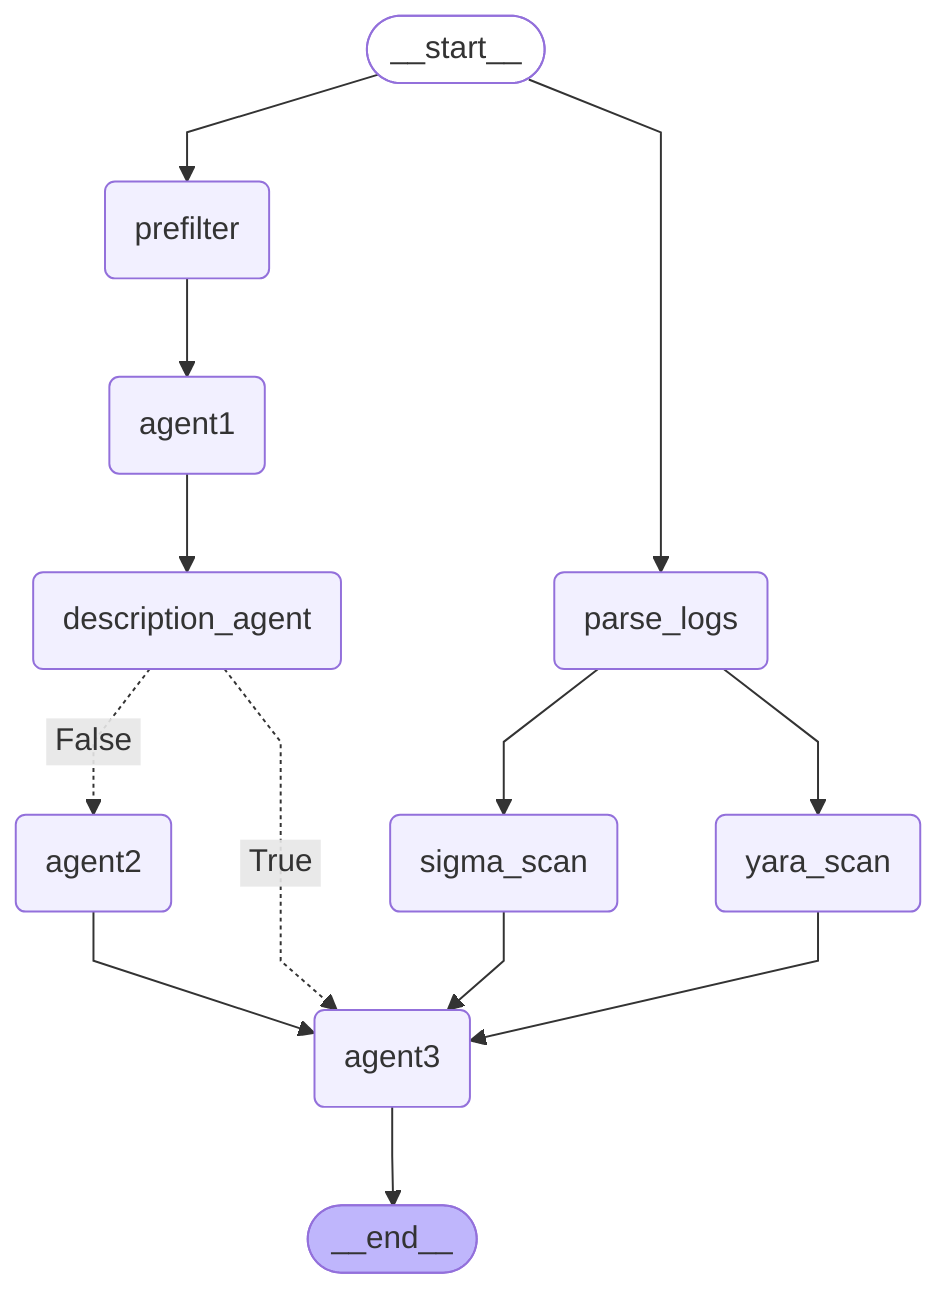
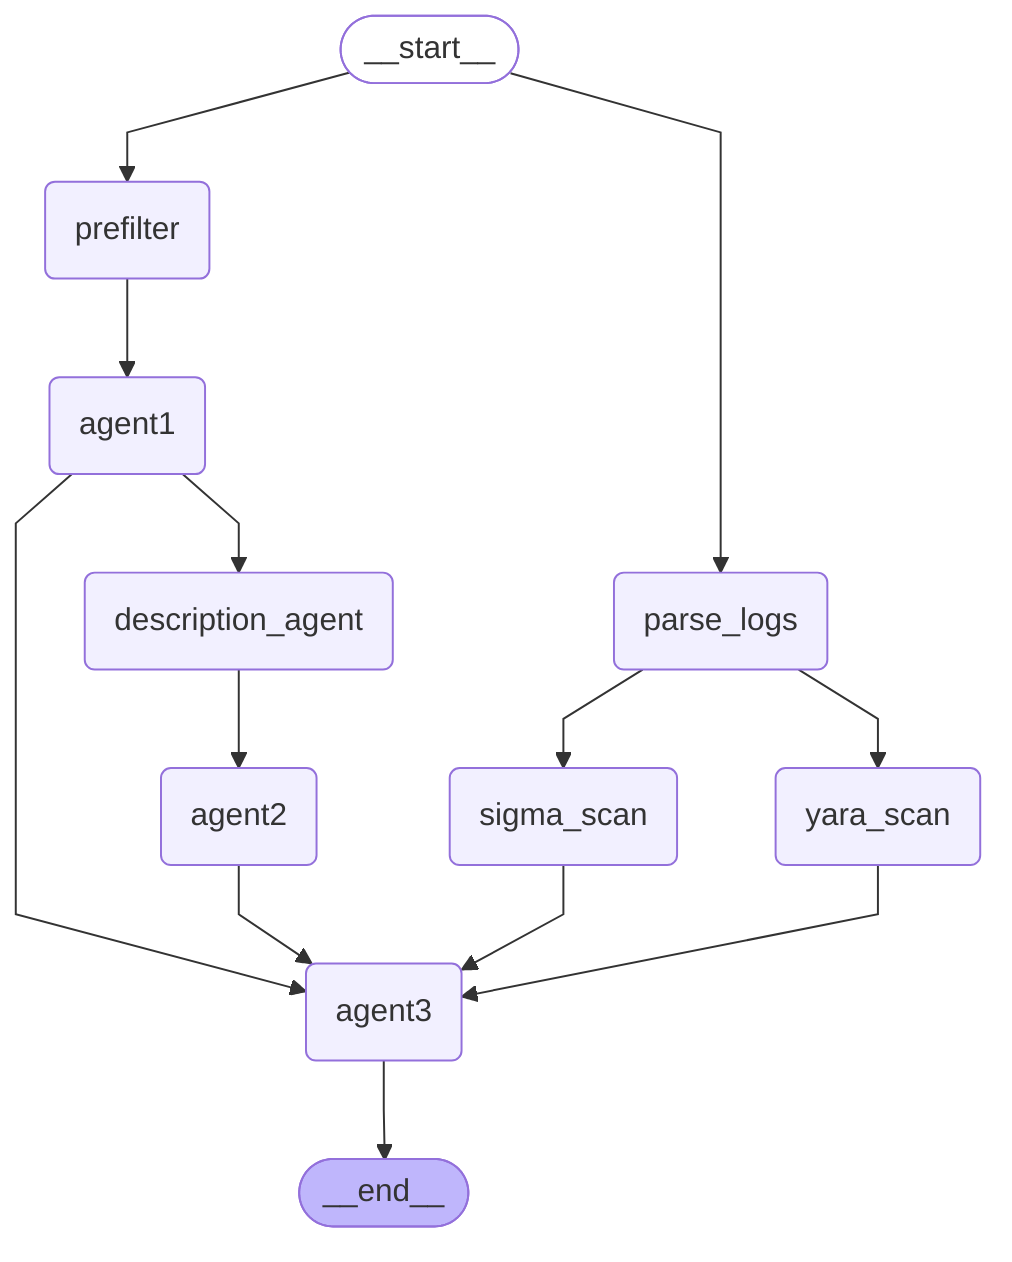
---
config:
  flowchart:
    curve: linear
---
graph TD;
	__start__([<p>__start__</p>]):::first
	prefilter(prefilter)
	agent1(agent1)
	description_agent(description_agent)
	parse_logs(parse_logs)
	agent2(agent2)
	yara_scan(yara_scan)
	sigma_scan(sigma_scan)
	agent3(agent3)
	__end__([<p>__end__</p>]):::last
	__start__ --> parse_logs;
	__start__ --> prefilter;
	agent1 --> description_agent;
+ 	agent1 --> agent3;
+ 	description_agent --> agent2;
	agent2 --> agent3;
- 	description_agent -. &nbsp;False&nbsp; .-> agent2;
- 	description_agent -. &nbsp;True&nbsp; .-> agent3;
	parse_logs --> sigma_scan;
	parse_logs --> yara_scan;
	prefilter --> agent1;
	sigma_scan --> agent3;
	yara_scan --> agent3;
	agent3 --> __end__;
	classDef default fill:#f2f0ff,line-height:1.2
	classDef first fill-opacity:0
	classDef last fill:#bfb6fc
